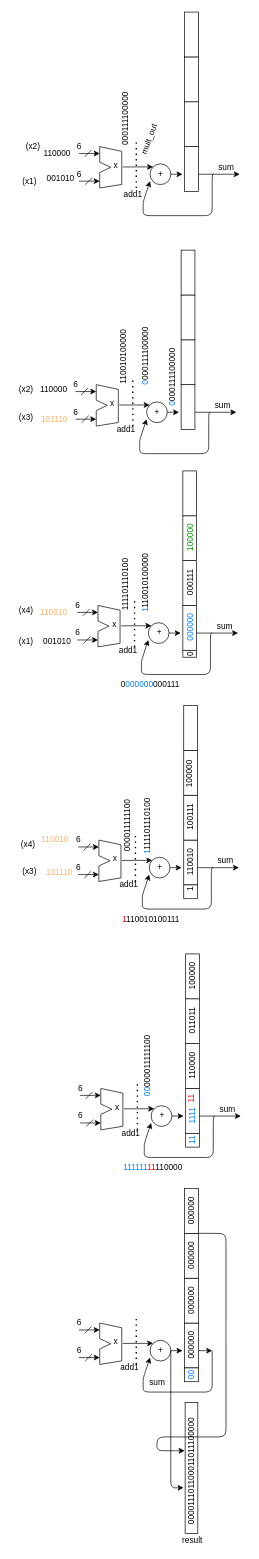
The draw.io diagram page "MULT1" (7 of 8) of AME-block_diagram.drawio in CostantinoTaranto/AME_Block-Diagram, before the edit. Source tidied: cells renumbered, new cells numbered last; positions are measured from the earlier drawing's top-left corner, leaving out a move shared by most shapes. Both pictures are drawn from the tidied source at 69%, with x=0, y=0 at pixel (12, 12).
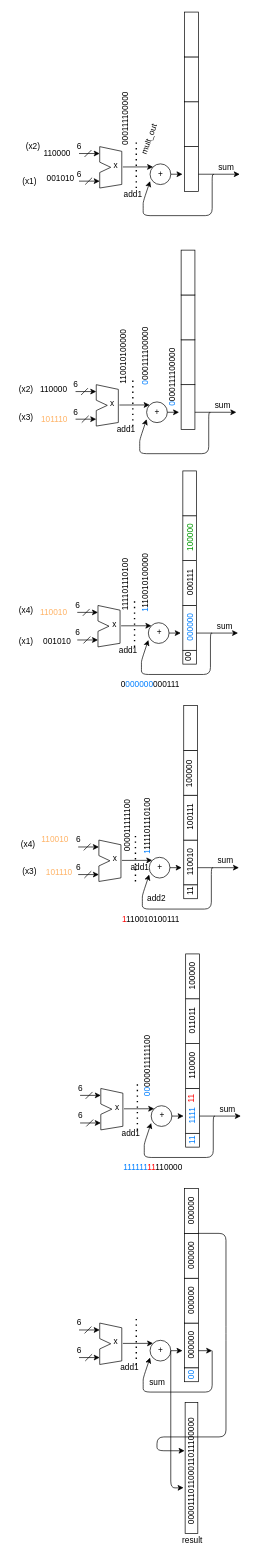
After the change.

Change to the diagram source:
```diff
@@
     <mxCell id="100" style="rounded=0;whiteSpace=wrap;html=1;" parent="1" vertex="1">
-      <mxGeometry x="247.5" y="925" width="20" height="10" as="geometry" />
+      <mxGeometry x="247.5" y="925" width="20" height="20" as="geometry" />
     </mxCell>
-    <mxCell id="101" value="0" style="text;html=1;align=center;verticalAlign=middle;rotation=-90;" parent="1" vertex="1">
-      <mxGeometry x="248" y="921" width="20" height="20" as="geometry" />
+    <mxCell id="101" value="00" style="text;html=1;align=center;verticalAlign=middle;rotation=-90;" parent="1" vertex="1">
+      <mxGeometry x="240.9" y="925" width="30" height="20" as="geometry" />
     </mxCell>
@@
     <mxCell id="125" value="add1" style="text;html=1;align=center;verticalAlign=middle;" parent="1" vertex="1">
-      <mxGeometry x="148.8" y="1255" width="40" height="20" as="geometry" />
+      <mxGeometry x="165" y="1230" width="40" height="20" as="geometry" />
     </mxCell>
@@
-    <mxCell id="134" value="1" style="text;html=1;align=center;verticalAlign=middle;rotation=-90;" parent="1" vertex="1">
-      <mxGeometry x="248" y="1261.5" width="20" height="20" as="geometry" />
+    <mxCell id="134" value="11" style="text;html=1;align=center;verticalAlign=middle;rotation=-90;" parent="1" vertex="1">
+      <mxGeometry x="243" y="1264.5" width="30" height="20" as="geometry" />
     </mxCell>
@@
+    <mxCell id="220" value="add2" style="text;html=1;align=center;verticalAlign=middle;" parent="1" vertex="1">
+      <mxGeometry x="188.8" y="1275" width="40" height="20" as="geometry" />
+    </mxCell>
```
